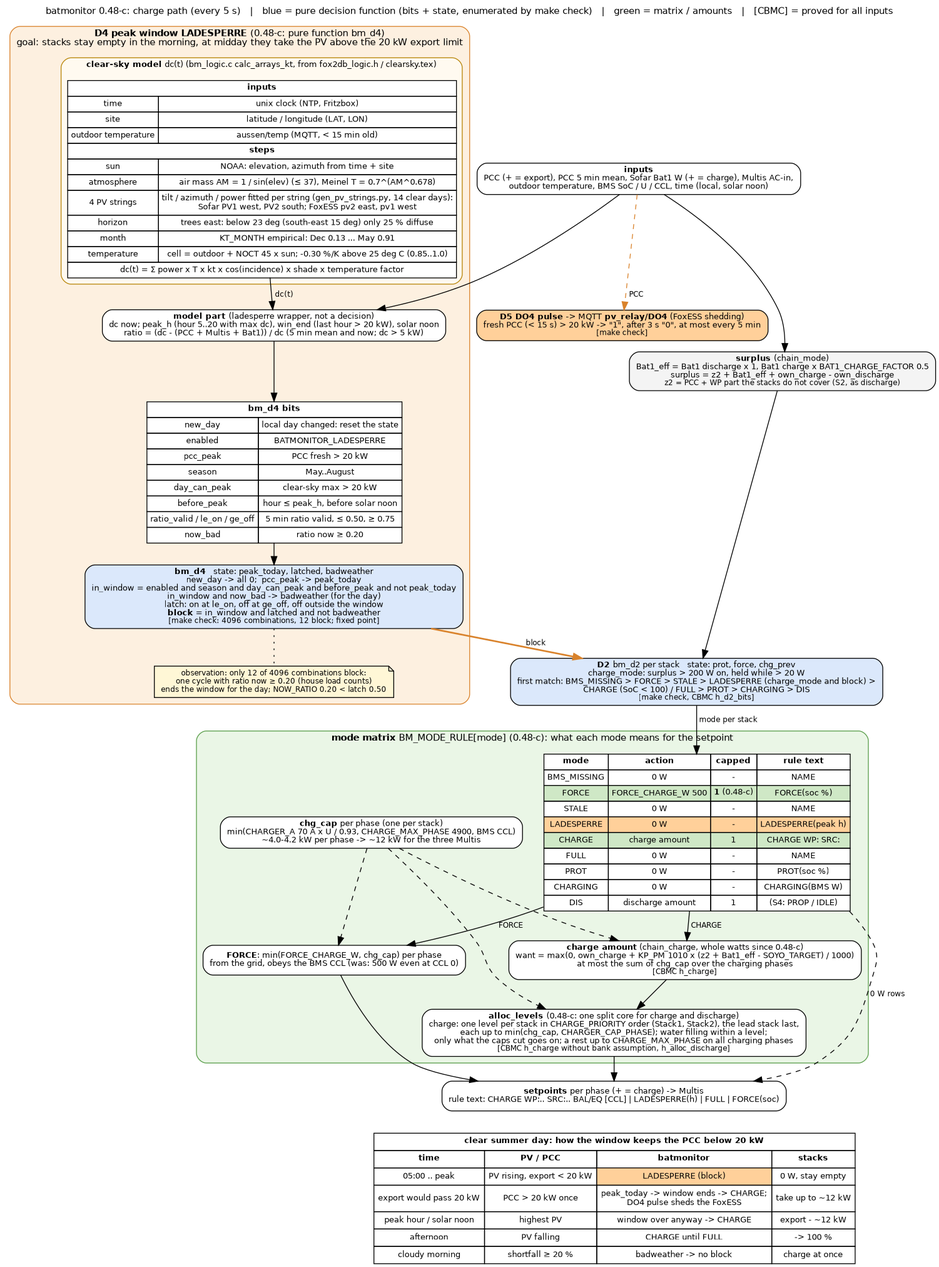
This is docs/charge_flow.png from gerontec/victron, a Graphviz export, as it was before one commit. Its source is kept beside it as docs/charge_flow.dot.
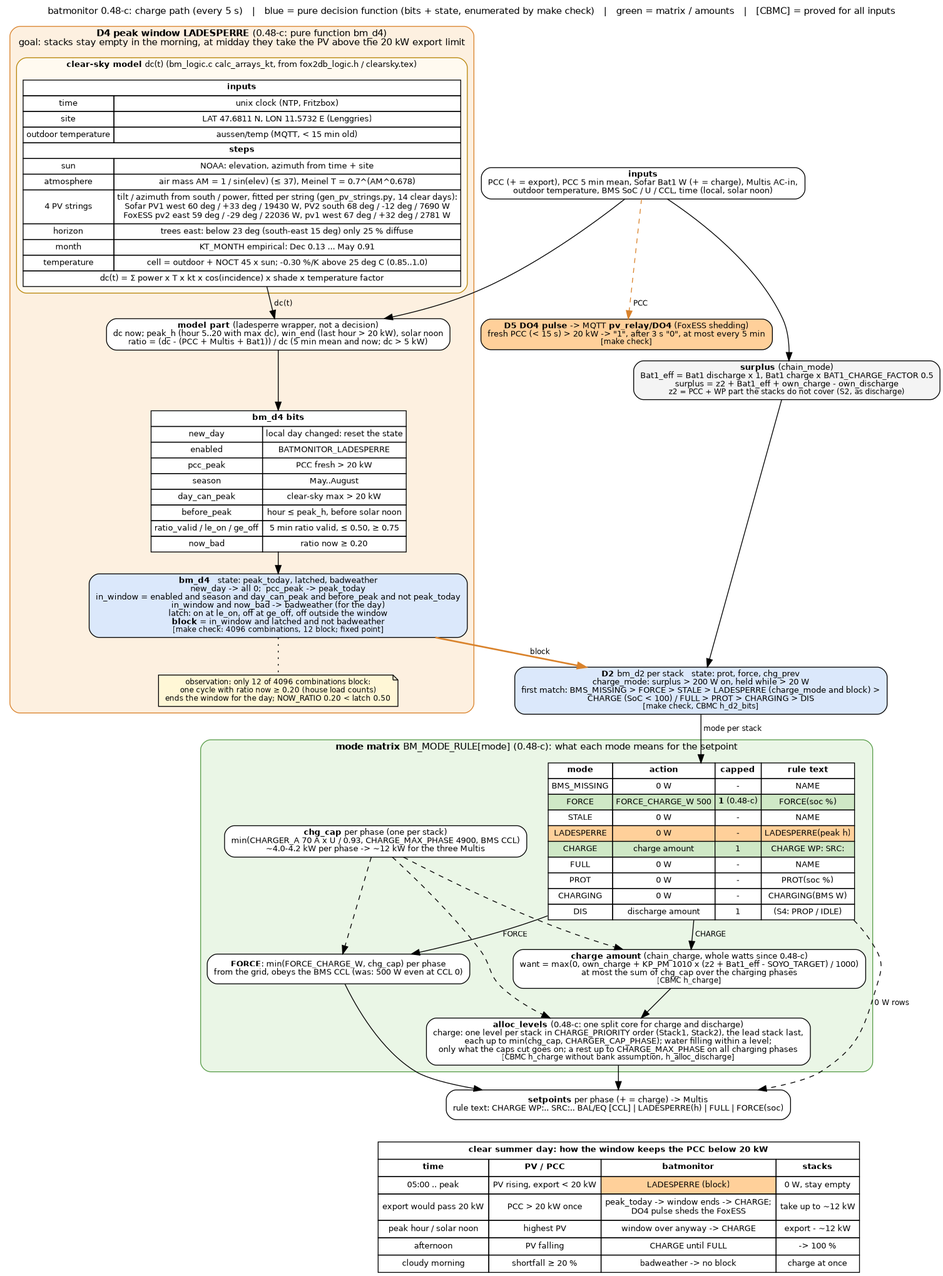
Above is the later version.

Commit message:
docs/charge_flow: site coordinates and the fitted string parameters in the clear-sky model box

The edit, as a diff of the source:
```diff
@@ -19,12 +19,12 @@
 				<table border="0" cellborder="1" cellspacing="0" cellpadding="3" bgcolor="#ffffff">
 				<tr><td colspan="2"><b>inputs</b></td></tr>
 				<tr><td>time</td><td>unix clock (NTP, Fritzbox)</td></tr>
-				<tr><td>site</td><td>latitude / longitude (LAT, LON)</td></tr>
+				<tr><td>site</td><td>LAT 47.6811 N, LON 11.5732 E (Lenggries)</td></tr>
 				<tr><td>outdoor temperature</td><td>aussen/temp (MQTT, &lt; 15 min old)</td></tr>
 				<tr><td colspan="2"><b>steps</b></td></tr>
 				<tr><td>sun</td><td>NOAA: elevation, azimuth from time + site</td></tr>
 				<tr><td>atmosphere</td><td>air mass AM = 1 / sin(elev) (&le; 37), Meinel T = 0.7^(AM^0.678)</td></tr>
-				<tr><td>4 PV strings</td><td>tilt / azimuth / power fitted per string (gen_pv_strings.py, 14 clear days):<br/>Sofar PV1 west, PV2 south; FoxESS pv2 east, pv1 west</td></tr>
+				<tr><td>4 PV strings</td><td>tilt / azimuth from south / power, fitted per string (gen_pv_strings.py, 14 clear days):<br/>Sofar PV1 west 60 deg / +33 deg / 19430 W, PV2 south 68 deg / -12 deg / 7690 W<br/>FoxESS pv2 east 59 deg / -29 deg / 22036 W, pv1 west 67 deg / +32 deg / 2781 W</td></tr>
 				<tr><td>horizon</td><td>trees east: below 23 deg (south-east 15 deg) only 25 % diffuse</td></tr>
 				<tr><td>month</td><td>KT_MONTH empirical: Dec 0.13 ... May 0.91</td></tr>
 				<tr><td>temperature</td><td>cell = outdoor + NOCT 45 x sun; -0.30 %/K above 25 deg C (0.85..1.0)</td></tr>
```
